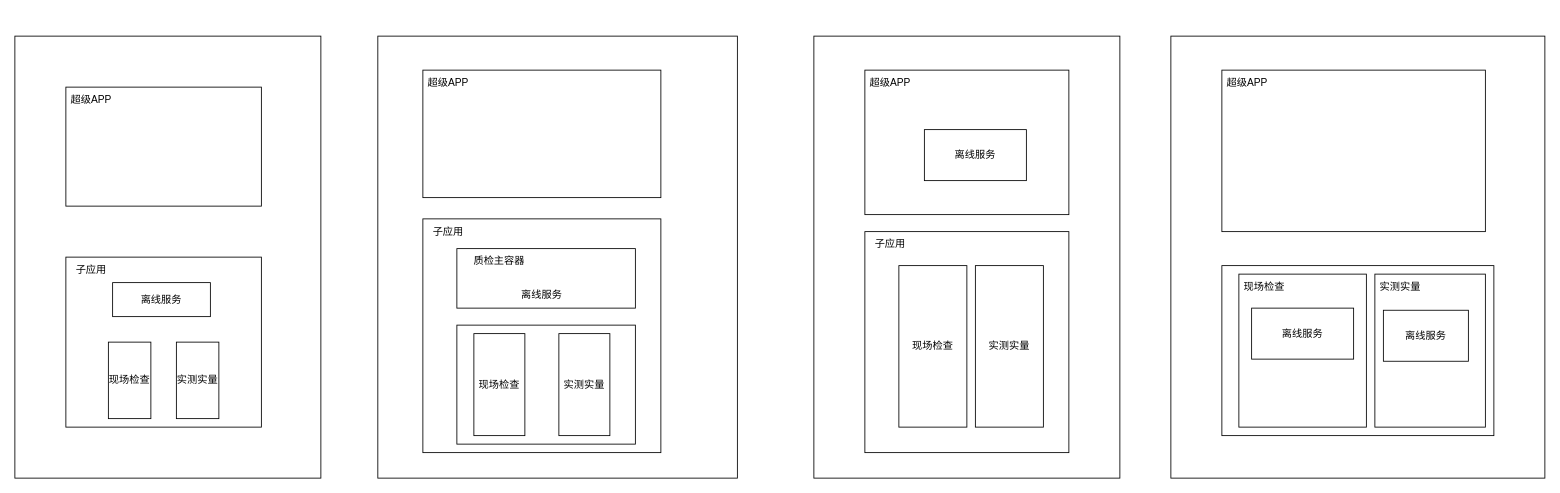
Earlier version of the draw.io diagram micro/Untitled Diagram.drawio (jsven/design-draw). Source tidied: cells renumbered, new cells numbered last; positions are measured from the earlier drawing's top-left corner, leaving out a move shared by most shapes. Both pictures are drawn from the tidied source at 85%, with x=0, y=0 at pixel (14, 36).
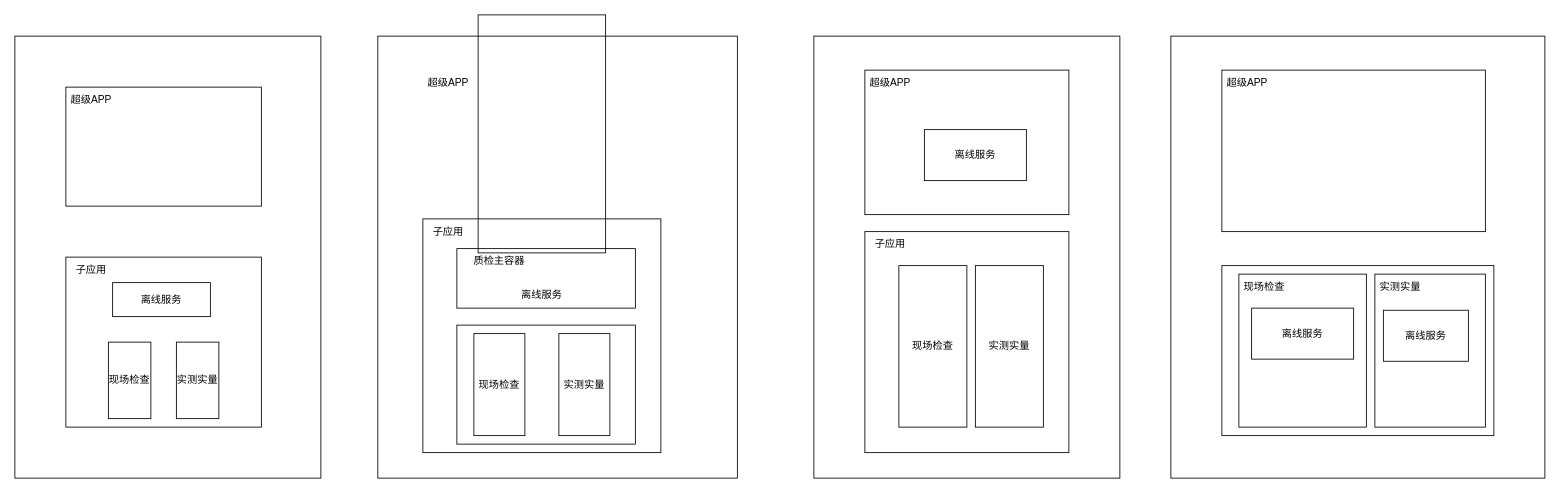
Above is the later version.

The edit, as a diff of the source:
```diff
@@
-    <mxCell id="11" style="rounded=0;whiteSpace=wrap;html=1;fillColor=none;" parent="1" vertex="1">
-      <mxGeometry x="480" y="40" width="280" height="150" as="geometry" />
+    <mxCell id="11" style="rounded=0;whiteSpace=wrap;html=1;fillColor=none;direction=south;" parent="1" vertex="1">
+      <mxGeometry x="545" y="-25" width="150" height="280" as="geometry" />
     </mxCell>
```
